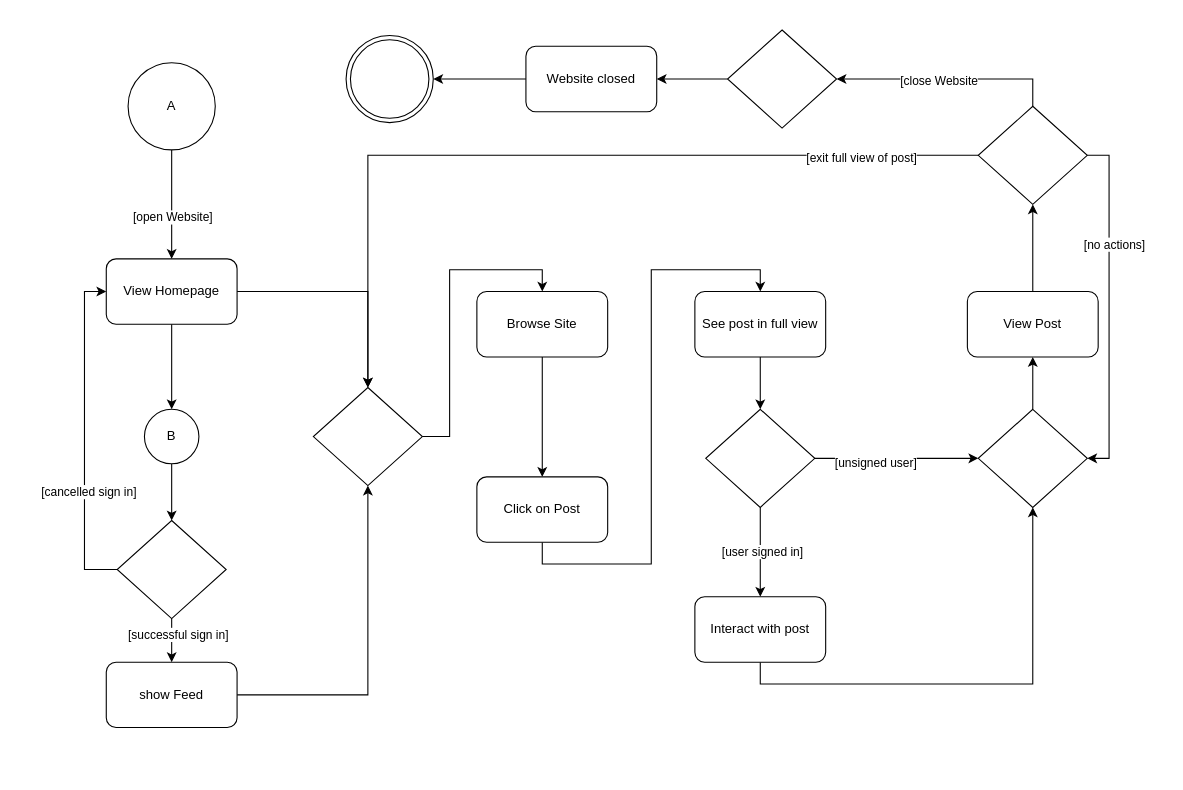
Earlier version of the draw.io diagram docs/diagrams/sources/UserActivityThreadView.drawio (SE-TINF22B6/DHBWhub). Source tidied: cells renumbered, new cells numbered last; positions are measured from the earlier drawing's top-left corner, leaving out a move shared by most shapes. Both pictures are drawn from the tidied source at 109%, with x=0, y=0 at pixel (106, 29).
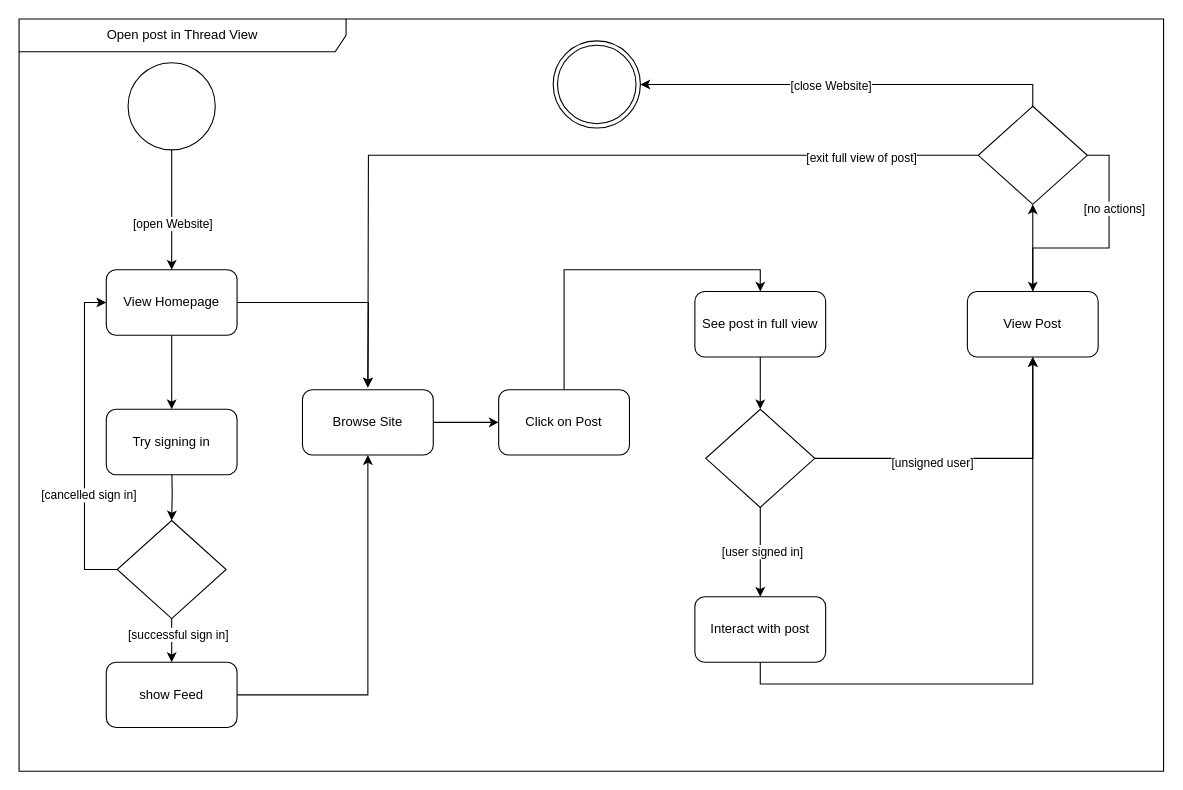
After the change.

The change refers to these unchanged cells:
```xml
<mxCell id="14" style="rhombus;whiteSpace=wrap;html=1;" parent="1" vertex="1">
  <mxGeometry x="10" y="450" width="100" height="90" as="geometry" />
</mxCell>
<mxCell id="16" value="show Feed" style="rounded=1;whiteSpace=wrap;html=1;" parent="1" vertex="1">
  <mxGeometry y="580" width="120" height="60" as="geometry" />
</mxCell>
<mxCell id="24" value="See post in full view" style="rounded=1;whiteSpace=wrap;html=1;" parent="1" vertex="1">
  <mxGeometry x="540" y="240" width="120" height="60" as="geometry" />
</mxCell>
<mxCell id="29" style="rhombus;whiteSpace=wrap;html=1;" parent="1" vertex="1">
  <mxGeometry x="550" y="348" width="100" height="90" as="geometry" />
</mxCell>
<mxCell id="31" value="Interact with post" style="rounded=1;whiteSpace=wrap;html=1;" parent="1" vertex="1">
  <mxGeometry x="540" y="520" width="120" height="60" as="geometry" />
</mxCell>
<mxCell id="35" value="View Post" style="rounded=1;whiteSpace=wrap;html=1;" parent="1" vertex="1">
  <mxGeometry x="790" y="240" width="120" height="60" as="geometry" />
</mxCell>
<mxCell id="42" style="rhombus;whiteSpace=wrap;html=1;" parent="1" vertex="1">
  <mxGeometry x="800" y="70" width="100" height="90" as="geometry" />
</mxCell>
```

The edit, as a diff of the source:
```diff
@@
-    <mxCell id="4" value="A" style="ellipse;whiteSpace=wrap;html=1;" parent="1" vertex="1">
+    <mxCell id="4" style="ellipse;whiteSpace=wrap;html=1;" parent="1" vertex="1">
       <mxGeometry x="20" y="30" width="80" height="80" as="geometry" />
     </mxCell>
-    <mxCell id="5" style="edgeStyle=orthogonalEdgeStyle;rounded=0;jettySize=auto;html=1;exitX=0.5;exitY=1;exitDx=0;exitDy=0;entryX=0.5;entryY=0;entryDx=0;entryDy=0;" parent="1" edge="1" source="7" target="9">
-      <mxGeometry relative="1" as="geometry" />
+    <mxCell id="5" style="edgeStyle=orthogonalEdgeStyle;rounded=0;jettySize=auto;html=1;exitX=0.5;exitY=1;exitDx=0;exitDy=0;entryX=0.5;entryY=0;entryDx=0;entryDy=0;" parent="1" edge="1" source="7">
+      <mxGeometry relative="1" as="geometry">
+        <mxPoint x="60" y="348" as="targetPoint" />
+      </mxGeometry>
     </mxCell>
-    <mxCell id="6" style="edgeStyle=orthogonalEdgeStyle;rounded=0;jettySize=auto;html=1;exitX=1;exitY=0.5;exitDx=0;exitDy=0;entryX=0.5;entryY=0;entryDx=0;entryDy=0;" parent="1" edge="1" source="7" target="18">
-      <mxGeometry relative="1" as="geometry" />
+    <mxCell id="6" style="edgeStyle=orthogonalEdgeStyle;rounded=0;jettySize=auto;html=1;exitX=1;exitY=0.5;exitDx=0;exitDy=0;entryX=0.5;entryY=0;entryDx=0;entryDy=0;" parent="1" edge="1" source="7">
+      <mxGeometry relative="1" as="geometry">
+        <mxPoint x="240" y="328" as="targetPoint" />
+      </mxGeometry>
     </mxCell>
     <mxCell id="7" value="View Homepage" style="rounded=1;whiteSpace=wrap;html=1;" parent="1" vertex="1">
-      <mxGeometry y="210" width="120" height="60" as="geometry" />
+      <mxGeometry y="220" width="120" height="60" as="geometry" />
     </mxCell>
-    <mxCell id="8" style="edgeStyle=orthogonalEdgeStyle;rounded=0;jettySize=auto;html=1;exitX=0.5;exitY=1;exitDx=0;exitDy=0;entryX=0.5;entryY=0;entryDx=0;entryDy=0;" parent="1" edge="1" source="9" target="14">
-      <mxGeometry relative="1" as="geometry" />
+    <mxCell id="8" style="edgeStyle=orthogonalEdgeStyle;rounded=0;jettySize=auto;html=1;exitX=0.5;exitY=1;exitDx=0;exitDy=0;entryX=0.5;entryY=0;entryDx=0;entryDy=0;" parent="1" edge="1" target="14">
+      <mxGeometry relative="1" as="geometry">
+        <mxPoint x="60" y="398" as="sourcePoint" />
+      </mxGeometry>
     </mxCell>
-    <mxCell id="9" value="B" style="ellipse;whiteSpace=wrap;html=1;" parent="1" vertex="1">
-      <mxGeometry x="35" y="348" width="50" height="50" as="geometry" />
-    </mxCell>
@@
-    <mxCell id="15" style="edgeStyle=orthogonalEdgeStyle;rounded=0;jettySize=auto;html=1;exitX=1;exitY=0.5;exitDx=0;exitDy=0;" parent="1" edge="1" source="16" target="18">
+    <mxCell id="15" style="edgeStyle=orthogonalEdgeStyle;rounded=0;jettySize=auto;html=1;exitX=1;exitY=0.5;exitDx=0;exitDy=0;entryX=0.5;entryY=1;entryDx=0;entryDy=0;" parent="1" edge="1" source="16" target="20">
       <mxGeometry relative="1" as="geometry" />
     </mxCell>
@@
-    <mxCell id="17" style="edgeStyle=orthogonalEdgeStyle;rounded=0;jettySize=auto;html=1;exitX=1;exitY=0.5;exitDx=0;exitDy=0;entryX=0.5;entryY=0;entryDx=0;entryDy=0;" parent="1" edge="1" source="18" target="20">
-      <mxGeometry relative="1" as="geometry" />
-    </mxCell>
-    <mxCell id="18" style="rhombus;whiteSpace=wrap;html=1;" parent="1" vertex="1">
-      <mxGeometry x="190" y="328" width="100" height="90" as="geometry" />
-    </mxCell>
-    <mxCell id="19" style="edgeStyle=orthogonalEdgeStyle;rounded=0;jettySize=auto;html=1;exitX=0.5;exitY=1;exitDx=0;exitDy=0;entryX=0.5;entryY=0;entryDx=0;entryDy=0;" parent="1" edge="1" source="20" target="22">
+    <mxCell id="19" style="edgeStyle=orthogonalEdgeStyle;rounded=0;jettySize=auto;html=1;exitX=1;exitY=0.5;exitDx=0;exitDy=0;entryX=0;entryY=0.5;entryDx=0;entryDy=0;" parent="1" edge="1" source="20" target="22">
       <mxGeometry relative="1" as="geometry" />
     </mxCell>
     <mxCell id="20" value="Browse Site" style="rounded=1;whiteSpace=wrap;html=1;" parent="1" vertex="1">
-      <mxGeometry x="340" y="240" width="120" height="60" as="geometry" />
+      <mxGeometry x="180" y="330" width="120" height="60" as="geometry" />
     </mxCell>
-    <mxCell id="21" style="edgeStyle=orthogonalEdgeStyle;rounded=0;jettySize=auto;html=1;exitX=0.5;exitY=1;exitDx=0;exitDy=0;entryX=0.5;entryY=0;entryDx=0;entryDy=0;" parent="1" edge="1" source="22" target="24">
+    <mxCell id="21" style="edgeStyle=orthogonalEdgeStyle;rounded=0;jettySize=auto;html=1;exitX=0.5;exitY=0;exitDx=0;exitDy=0;entryX=0.5;entryY=0;entryDx=0;entryDy=0;" parent="1" edge="1" source="22" target="24">
       <mxGeometry relative="1" as="geometry" />
     </mxCell>
     <mxCell id="22" value="Click on Post" style="rounded=1;whiteSpace=wrap;html=1;" parent="1" vertex="1">
-      <mxGeometry x="340" y="410" width="120" height="60" as="geometry" />
+      <mxGeometry x="360" y="330" width="120" height="60" as="geometry" />
     </mxCell>
@@
-    <mxCell id="27" style="edgeStyle=orthogonalEdgeStyle;rounded=0;jettySize=auto;html=1;exitX=1;exitY=0.5;exitDx=0;exitDy=0;entryX=0;entryY=0.5;entryDx=0;entryDy=0;" parent="1" edge="1" source="29" target="33">
+    <mxCell id="27" style="edgeStyle=orthogonalEdgeStyle;rounded=0;jettySize=auto;html=1;exitX=1;exitY=0.5;exitDx=0;exitDy=0;entryX=0.5;entryY=1;entryDx=0;entryDy=0;" parent="1" edge="1" source="29" target="35">
       <mxGeometry relative="1" as="geometry" />
     </mxCell>
@@
-    <mxCell id="30" style="edgeStyle=orthogonalEdgeStyle;rounded=0;jettySize=auto;html=1;exitX=0.5;exitY=1;exitDx=0;exitDy=0;entryX=0.5;entryY=1;entryDx=0;entryDy=0;" parent="1" edge="1" source="31" target="33">
+    <mxCell id="30" style="edgeStyle=orthogonalEdgeStyle;rounded=0;jettySize=auto;html=1;exitX=0.5;exitY=1;exitDx=0;exitDy=0;entryX=0.5;entryY=1;entryDx=0;entryDy=0;" parent="1" edge="1" source="31" target="35">
       <mxGeometry relative="1" as="geometry" />
     </mxCell>
@@
-    <mxCell id="32" style="edgeStyle=orthogonalEdgeStyle;rounded=0;jettySize=auto;html=1;exitX=0.5;exitY=0;exitDx=0;exitDy=0;entryX=0.5;entryY=1;entryDx=0;entryDy=0;" parent="1" edge="1" source="33" target="35">
-      <mxGeometry relative="1" as="geometry" />
-    </mxCell>
-    <mxCell id="33" style="rhombus;whiteSpace=wrap;html=1;" parent="1" vertex="1">
-      <mxGeometry x="800" y="348" width="100" height="90" as="geometry" />
-    </mxCell>
@@
-    <mxCell id="36" style="edgeStyle=orthogonalEdgeStyle;rounded=0;jettySize=auto;html=1;exitX=1;exitY=0.5;exitDx=0;exitDy=0;entryX=1;entryY=0.5;entryDx=0;entryDy=0;" parent="1" edge="1" source="42" target="33">
+    <mxCell id="36" style="edgeStyle=orthogonalEdgeStyle;rounded=0;jettySize=auto;html=1;exitX=1;exitY=0.5;exitDx=0;exitDy=0;" parent="1" edge="1" source="42" target="35">
       <mxGeometry relative="1" as="geometry" />
     </mxCell>
@@
-    <mxCell id="38" style="edgeStyle=orthogonalEdgeStyle;rounded=0;jettySize=auto;html=1;exitX=0;exitY=0.5;exitDx=0;exitDy=0;" parent="1" edge="1" source="42" target="18">
-      <mxGeometry relative="1" as="geometry" />
+    <mxCell id="38" style="edgeStyle=orthogonalEdgeStyle;rounded=0;jettySize=auto;html=1;exitX=0;exitY=0.5;exitDx=0;exitDy=0;" parent="1" edge="1" source="42">
+      <mxGeometry relative="1" as="geometry">
+        <mxPoint x="240" y="328" as="targetPoint" />
+      </mxGeometry>
     </mxCell>
@@
-    <mxCell id="40" style="edgeStyle=orthogonalEdgeStyle;rounded=0;jettySize=auto;html=1;exitX=0.5;exitY=0;exitDx=0;exitDy=0;entryX=1;entryY=0.5;entryDx=0;entryDy=0;" parent="1" edge="1" source="42" target="44">
+    <mxCell id="40" style="edgeStyle=orthogonalEdgeStyle;rounded=0;jettySize=auto;html=1;exitX=0.5;exitY=0;exitDx=0;exitDy=0;" parent="1" edge="1" source="42" target="47">
       <mxGeometry relative="1" as="geometry" />
     </mxCell>
-    <mxCell id="41" value="[close Website" style="edgeLabel;html=1;align=center;verticalAlign=middle;" parent="40" vertex="1">
+    <mxCell id="41" value="[close Website]" style="edgeLabel;html=1;align=center;verticalAlign=middle;" parent="40" vertex="1">
       <mxGeometry x="0.08" y="1" relative="1" as="geometry">
         <mxPoint x="-1" as="offset" />
       </mxGeometry>
     </mxCell>
@@
-    <mxCell id="43" style="edgeStyle=orthogonalEdgeStyle;rounded=0;jettySize=auto;html=1;exitX=0;exitY=0.5;exitDx=0;exitDy=0;entryX=1;entryY=0.5;entryDx=0;entryDy=0;" parent="1" edge="1" source="44" target="46">
-      <mxGeometry relative="1" as="geometry" />
-    </mxCell>
-    <mxCell id="44" style="rhombus;whiteSpace=wrap;html=1;" parent="1" vertex="1">
-      <mxGeometry x="570" width="100" height="90" as="geometry" />
-    </mxCell>
-    <mxCell id="45" style="edgeStyle=orthogonalEdgeStyle;rounded=0;jettySize=auto;html=1;exitX=0;exitY=0.5;exitDx=0;exitDy=0;entryX=1;entryY=0.5;entryDx=0;entryDy=0;" parent="1" edge="1" source="46" target="47">
-      <mxGeometry relative="1" as="geometry" />
-    </mxCell>
-    <mxCell id="46" value="Website closed" style="rounded=1;whiteSpace=wrap;html=1;" parent="1" vertex="1">
-      <mxGeometry x="385" y="15" width="120" height="60" as="geometry" />
-    </mxCell>
     <mxCell id="47" style="ellipse;shape=doubleEllipse;whiteSpace=wrap;html=1;" parent="1" vertex="1">
-      <mxGeometry x="220" y="5" width="80" height="80" as="geometry" />
+      <mxGeometry x="410" y="10" width="80" height="80" as="geometry" />
     </mxCell>
+    <mxCell id="48" value="Try signing in" style="rounded=1;whiteSpace=wrap;html=1;" parent="1" vertex="1">
+      <mxGeometry y="348" width="120" height="60" as="geometry" />
+    </mxCell>
+    <mxCell id="49" value="Open post in Thread View " style="shape=umlFrame;whiteSpace=wrap;html=1;width=300;height=30;" parent="1" vertex="1">
+      <mxGeometry x="-80" y="-10" width="1050" height="690" as="geometry" />
+    </mxCell>
```
